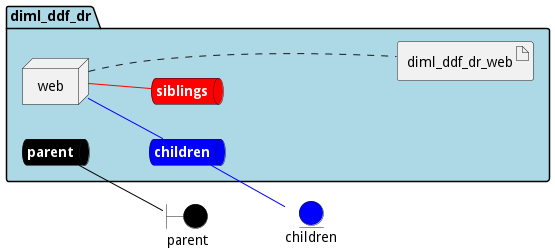
The PlantUML diagram docs/edgemere/diml/ddf/dr/envs/test/deployment.png in madajaju/edgemere, before a commit. Its diagram source:
```plantuml
@startuml

left to right direction


boundary parent #black


entity children #blue




package "diml_ddf_dr" #lightblue {
    queue parentnet #black [
            <b><color:white>parent</color></b>
    ]

    parentnet -[#black]- parent

    queue childrennet #blue [
            <b><color:white>children</color></b>
    ]

    childrennet -[#blue]- children

    queue siblingsnet #red [
            <b><color:white>siblings</color></b>
    ]


node "web" as webService


        artifact "diml_ddf_dr_web" as diml_ddf_dr_webimage

}

webService -[#blue]- childrennet

webService -[#red]- siblingsnet
webService .... diml_ddf_dr_webimage


@enduml
```
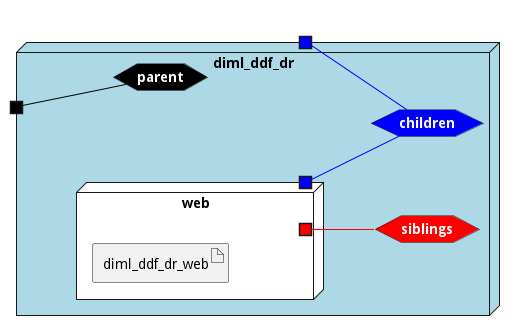
The same diagram one commit later.

Diff of the diagram source:
```diff
@@ -3,43 +3,45 @@
 left to right direction
 
 
-boundary parent #black
-
-
-entity children #blue
 
 
 
 
-package "diml_ddf_dr" #lightblue {
-    queue parentnet #black [
+
+node "diml_ddf_dr" #lightblue {
+
+
+    hexagon parentnet #black [
             <b><color:white>parent</color></b>
     ]
 
-    parentnet -[#black]- parent
+    portin " " as parentnetPortIn #black
+    parentnetPortIn -[#black]- parentnet
 
-    queue childrennet #blue [
+    hexagon childrennet #blue [
             <b><color:white>children</color></b>
     ]
 
-    childrennet -[#blue]- children
+    portout " " as childrennetPortOut #blue
+    childrennet -[#blue]- childrennetPortOut
 
-    queue siblingsnet #red [
+    hexagon siblingsnet #red [
             <b><color:white>siblings</color></b>
     ]
 
 
-node "web" as webService
+node "web" as webService #white {
+    portOut " " as webServicechildrennet #blue
+   webServicechildrennet -[#blue]- childrennet
+       portOut " " as webServicesiblingsnet #red
+   webServicesiblingsnet -[#red]- siblingsnet
 
 
-        artifact "diml_ddf_dr_web" as diml_ddf_dr_webimage
+    artifact "diml_ddf_dr_web" as diml_ddf_dr_webimage
 
 }
 
-webService -[#blue]- childrennet
-
-webService -[#red]- siblingsnet
-webService .... diml_ddf_dr_webimage
+}
 
 
 @enduml
```
